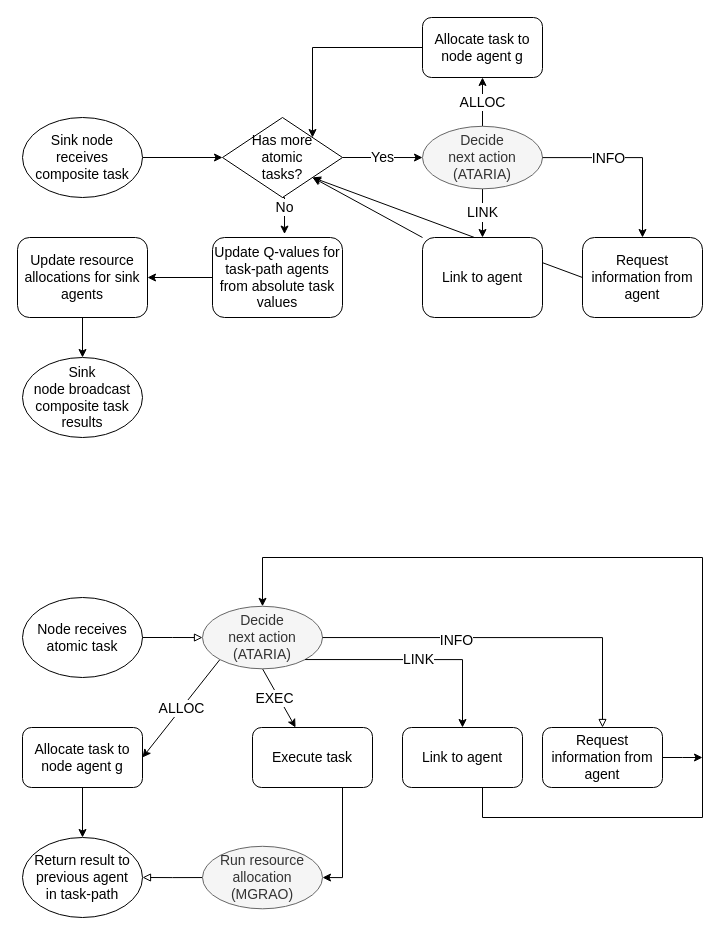
The draw.io diagram source/algorithm-flow.drawio in sevenmachines/els_energy_optimisation_and_adaptive_coverage_in_wsn_systems, before the edit. Source tidied: cells renumbered, new cells numbered last; positions are measured from the earlier drawing's top-left corner, leaving out a move shared by most shapes. Both pictures are drawn from the tidied source at 100%, with x=0, y=0 at pixel (17, 17).
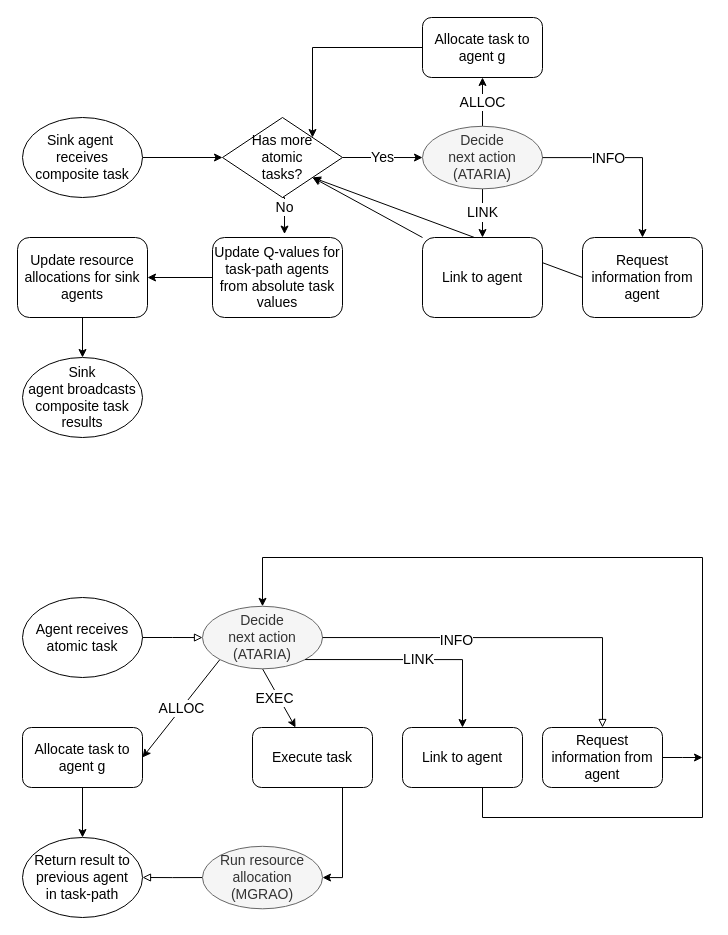
After the change.

The edit, as a diff of the source:
```diff
@@
-    <mxCell id="3" value="Sink node receives composite task" style="ellipse;whiteSpace=wrap;html=1;fontSize=14;" parent="1" vertex="1">
+    <mxCell id="3" value="Sink agent&amp;nbsp;&lt;br&gt;receives composite task" style="ellipse;whiteSpace=wrap;html=1;fontSize=14;" parent="1" vertex="1">
       <mxGeometry x="5" y="100" width="120" height="80" as="geometry" />
     </mxCell>
@@
-    <mxCell id="10" value="Sink node&amp;nbsp;broadcast composite task results" style="ellipse;whiteSpace=wrap;html=1;fontSize=14;" parent="1" vertex="1">
+    <mxCell id="10" value="Sink agent&amp;nbsp;broadcasts composite task results" style="ellipse;whiteSpace=wrap;html=1;fontSize=14;" parent="1" vertex="1">
       <mxGeometry x="5" y="340" width="120" height="80" as="geometry" />
     </mxCell>
-    <mxCell id="11" value="Node&amp;nbsp;receives atomic task" style="ellipse;whiteSpace=wrap;html=1;fontSize=14;" parent="1" vertex="1">
+    <mxCell id="11" value="Agent&amp;nbsp;receives atomic task" style="ellipse;whiteSpace=wrap;html=1;fontSize=14;" parent="1" vertex="1">
       <mxGeometry x="5" y="580" width="120" height="80" as="geometry" />
     </mxCell>
@@
-    <mxCell id="21" value="Allocate task to&lt;br style=&quot;font-size: 14px&quot;&gt;node&amp;nbsp;agent g" style="rounded=1;whiteSpace=wrap;html=1;fontSize=14;" parent="1" vertex="1">
+    <mxCell id="21" value="Allocate task to&lt;br style=&quot;font-size: 14px&quot;&gt;agent g" style="rounded=1;whiteSpace=wrap;html=1;fontSize=14;" parent="1" vertex="1">
       <mxGeometry x="5" y="710" width="120" height="60" as="geometry" />
     </mxCell>
@@
-    <mxCell id="29" value="Allocate task to&lt;br style=&quot;font-size: 14px&quot;&gt;node&amp;nbsp;agent g" style="rounded=1;whiteSpace=wrap;html=1;fontSize=14;" parent="1" vertex="1">
+    <mxCell id="29" value="Allocate task to&lt;br style=&quot;font-size: 14px&quot;&gt;agent g" style="rounded=1;whiteSpace=wrap;html=1;fontSize=14;" parent="1" vertex="1">
       <mxGeometry x="405" width="120" height="60" as="geometry" />
     </mxCell>
```
